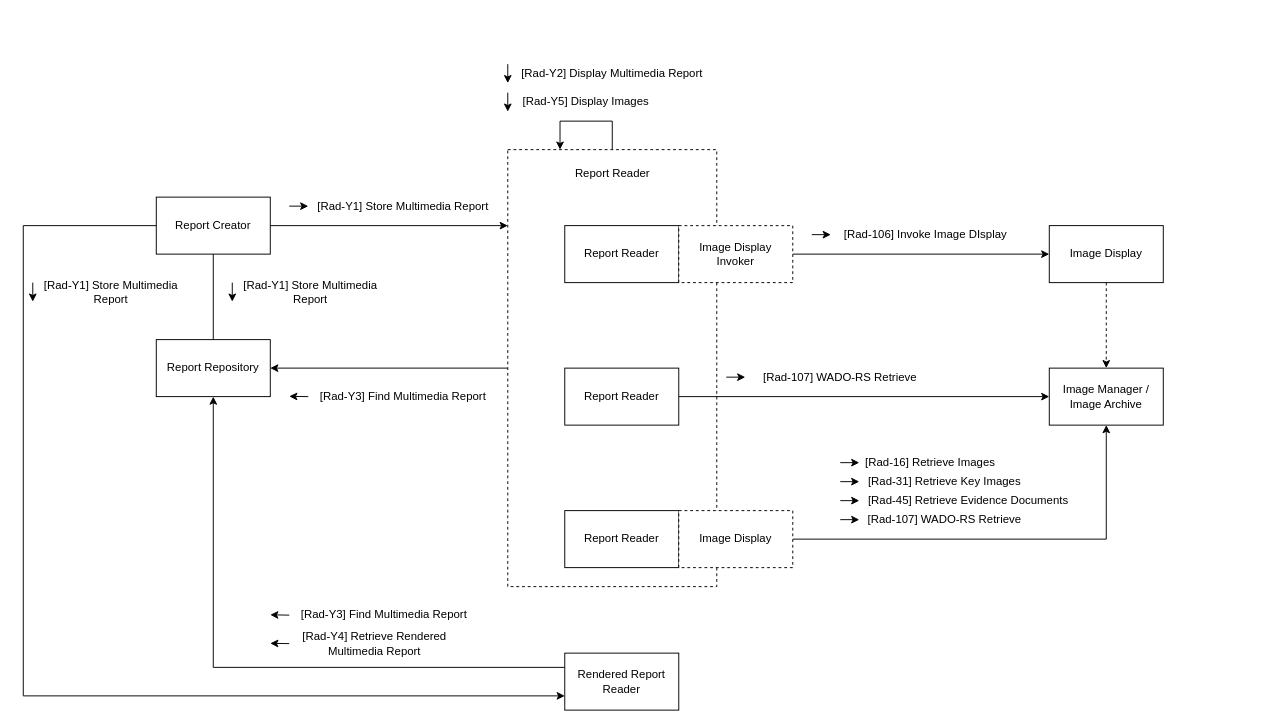
The draw.io diagram input/images-source/IHE_IMR_actor.drawio in IHE/RAD.IMR, before the edit. Source tidied: cells renumbered, new cells numbered last; positions are measured from the earlier drawing's top-left corner, leaving out a move shared by most shapes. Both pictures are drawn from the tidied source at 95%, with x=0, y=0 at pixel (23, 16).
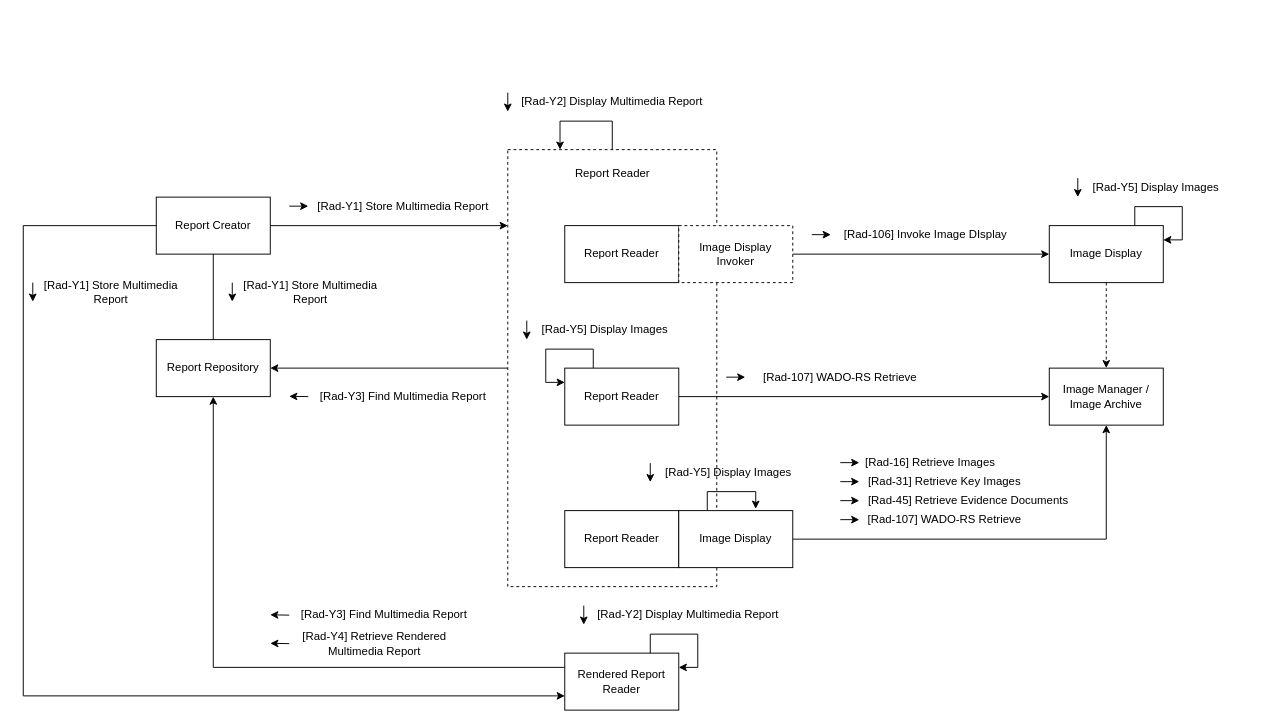
After the change.

Commit message (it also covers changes not shown here):
Updated to have Image Display supports RAD-Y5. The standalone Report Reader now supports retrieve rendered images. Updated the use cases to reflect the rendered image display differences.

Unchanged cells that the change refers to:
```xml
<mxCell id="10" value="Image Display" style="rounded=0;whiteSpace=wrap;html=1;" parent="1" vertex="1">
  <mxGeometry x="1080" y="220" width="120" height="60" as="geometry" />
</mxCell>
<mxCell id="17" value="Report Reader" style="rounded=0;whiteSpace=wrap;html=1;" parent="1" vertex="1">
  <mxGeometry x="570" y="370" width="120" height="60" as="geometry" />
</mxCell>
<mxCell id="56" value="Rendered Report Reader" style="rounded=0;whiteSpace=wrap;html=1;" parent="1" vertex="1">
  <mxGeometry x="570" y="670" width="120" height="60" as="geometry" />
</mxCell>
```

Diff of the diagram source:
```diff
@@
     <mxCell id="5" style="group;" parent="1" vertex="1">
-      <mxGeometry x="510" y="50" width="200" height="20" as="geometry" />
+      <mxGeometry x="510" y="80" width="200" height="20" as="geometry" />
     </mxCell>
@@
-    <mxCell id="23" value="Image Display" style="rounded=0;whiteSpace=wrap;html=1;dashed=1;" parent="1" vertex="1">
+    <mxCell id="23" value="Image Display" style="rounded=0;whiteSpace=wrap;html=1;" parent="1" vertex="1">
       <mxGeometry x="690" y="520" width="120" height="60" as="geometry" />
     </mxCell>
@@
     <mxCell id="51" style="group;" parent="1" vertex="1">
-      <mxGeometry x="510" y="80" width="200" height="20" as="geometry" />
+      <mxGeometry x="530" y="320" width="200" height="20" as="geometry" />
     </mxCell>
@@
+    <mxCell id="67" style="edgeStyle=orthogonalEdgeStyle;rounded=0;orthogonalLoop=1;jettySize=auto;html=1;exitX=0.25;exitY=0;exitDx=0;exitDy=0;entryX=0;entryY=0.25;entryDx=0;entryDy=0;" parent="1" edge="1" source="17" target="17">
+      <mxGeometry relative="1" as="geometry">
+        <Array as="points">
+          <mxPoint x="600" y="350" />
+          <mxPoint x="550" y="350" />
+          <mxPoint x="550" y="385" />
+        </Array>
+      </mxGeometry>
+    </mxCell>
+    <mxCell id="68" style="edgeStyle=orthogonalEdgeStyle;rounded=0;orthogonalLoop=1;jettySize=auto;html=1;exitX=0.75;exitY=0;exitDx=0;exitDy=0;entryX=1;entryY=0.25;entryDx=0;entryDy=0;" parent="1" edge="1" source="10" target="10">
+      <mxGeometry relative="1" as="geometry">
+        <Array as="points">
+          <mxPoint x="1170" y="200" />
+          <mxPoint x="1220" y="200" />
+          <mxPoint x="1220" y="235" />
+        </Array>
+      </mxGeometry>
+    </mxCell>
+    <mxCell id="69" style="group;" parent="1" vertex="1">
+      <mxGeometry x="1110" y="170" width="200" height="20" as="geometry" />
+    </mxCell>
+    <mxCell id="70" value="[Rad-Y5] Display Images" style="text;html=1;strokeColor=none;fillColor=none;align=center;verticalAlign=middle;whiteSpace=wrap;rounded=0;" parent="69" vertex="1">
+      <mxGeometry x="10" width="145" height="20" as="geometry" />
+    </mxCell>
+    <mxCell id="71" style="endArrow=classic;html=1;" parent="69" edge="1">
+      <mxGeometry relative="1" as="geometry">
+        <mxPoint as="sourcePoint" />
+        <mxPoint y="20" as="targetPoint" />
+      </mxGeometry>
+    </mxCell>
+    <mxCell id="72" style="edgeStyle=orthogonalEdgeStyle;rounded=0;orthogonalLoop=1;jettySize=auto;html=1;exitX=0.25;exitY=0;exitDx=0;exitDy=0;entryX=0.675;entryY=-0.033;entryDx=0;entryDy=0;entryPerimeter=0;" parent="1" edge="1" source="23" target="23">
+      <mxGeometry relative="1" as="geometry">
+        <Array as="points">
+          <mxPoint x="720" y="500" />
+          <mxPoint x="771" y="500" />
+        </Array>
+      </mxGeometry>
+    </mxCell>
+    <mxCell id="73" style="group;" parent="1" vertex="1">
+      <mxGeometry x="660" y="470" width="200" height="20" as="geometry" />
+    </mxCell>
+    <mxCell id="74" value="[Rad-Y5] Display Images" style="text;html=1;strokeColor=none;fillColor=none;align=center;verticalAlign=middle;whiteSpace=wrap;rounded=0;" parent="73" vertex="1">
+      <mxGeometry x="10" width="145" height="20" as="geometry" />
+    </mxCell>
+    <mxCell id="75" style="endArrow=classic;html=1;" parent="73" edge="1">
+      <mxGeometry relative="1" as="geometry">
+        <mxPoint as="sourcePoint" />
+        <mxPoint y="20" as="targetPoint" />
+      </mxGeometry>
+    </mxCell>
+    <mxCell id="76" style="edgeStyle=orthogonalEdgeStyle;rounded=0;orthogonalLoop=1;jettySize=auto;html=1;exitX=0.75;exitY=0;exitDx=0;exitDy=0;entryX=1;entryY=0.25;entryDx=0;entryDy=0;" parent="1" edge="1" source="56" target="56">
+      <mxGeometry relative="1" as="geometry">
+        <Array as="points">
+          <mxPoint x="660" y="650" />
+          <mxPoint x="710" y="650" />
+          <mxPoint x="710" y="685" />
+        </Array>
+      </mxGeometry>
+    </mxCell>
+    <mxCell id="77" style="group;" parent="1" vertex="1">
+      <mxGeometry x="590" y="620" width="200" height="20" as="geometry" />
+    </mxCell>
+    <mxCell id="78" value="[Rad-Y2] Display Multimedia Report" style="text;html=1;strokeColor=none;fillColor=none;align=center;verticalAlign=middle;whiteSpace=wrap;rounded=0;" parent="77" vertex="1">
+      <mxGeometry x="10" width="200" height="20" as="geometry" />
+    </mxCell>
+    <mxCell id="79" style="endArrow=classic;html=1;" parent="77" edge="1">
+      <mxGeometry relative="1" as="geometry">
+        <mxPoint as="sourcePoint" />
+        <mxPoint y="20" as="targetPoint" />
+      </mxGeometry>
+    </mxCell>
```
